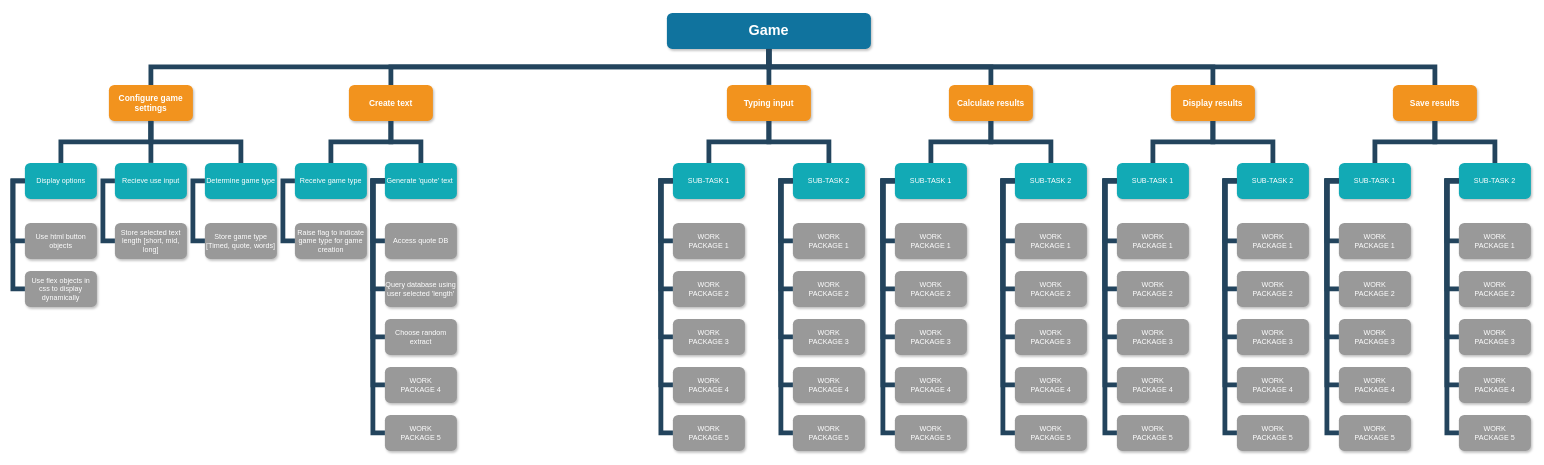
The draw.io diagram HierarchyChart.drawio in connorsdylan18/DrawioDiagrams, before the edit. Source tidied: cells renumbered, new cells numbered last; positions are measured from the earlier drawing's top-left corner, leaving out a move shared by most shapes. Both pictures are drawn from the tidied source at 60%, with x=0, y=0 at pixel (13, 13).
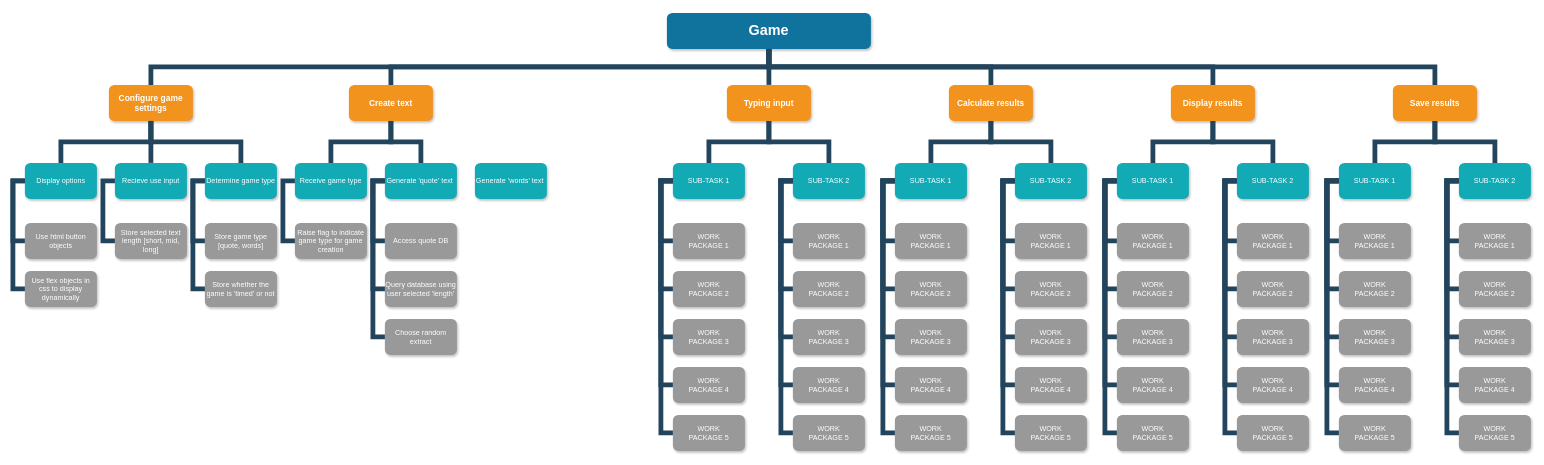
The same page after the edit.

Commit message:
Started create text module

Unchanged cells that the change refers to:
```xml
<mxCell id="14" value="Generate 'quote' text " style="whiteSpace=wrap;rounded=1;fillColor=#12AAB5;strokeColor=none;shadow=1;fontColor=#FFFFFF;" parent="1" vertex="1">
  <mxGeometry x="620" y="250" width="120" height="60" as="geometry" />
</mxCell>
<mxCell id="136" value="Determine game type" style="whiteSpace=wrap;rounded=1;fillColor=#12AAB5;strokeColor=none;shadow=1;fontColor=#FFFFFF;" parent="1" vertex="1">
  <mxGeometry x="320" y="250" width="120" height="60" as="geometry" />
</mxCell>
```

The edit, as a diff of the source:
```diff
@@
-    <mxCell id="12" value="Store game type [Timed, quote, words]" style="whiteSpace=wrap;rounded=1;fillColor=#999999;strokeColor=none;shadow=1;fontColor=#FFFFFF;fontStyle=0;" parent="1" vertex="1">
+    <mxCell id="12" value="Store game type [quote, words]" style="whiteSpace=wrap;rounded=1;fillColor=#999999;strokeColor=none;shadow=1;fontColor=#FFFFFF;fontStyle=0;" parent="1" vertex="1">
       <mxGeometry x="320" y="350" width="120" height="60" as="geometry" />
     </mxCell>
@@
-    <mxCell id="19" value="WORK&#10;PACKAGE 4" style="whiteSpace=wrap;rounded=1;fillColor=#999999;strokeColor=none;shadow=1;fontColor=#FFFFFF;fontStyle=0;" parent="1" vertex="1">
-      <mxGeometry x="620" y="590" width="120" height="60" as="geometry" />
-    </mxCell>
-    <mxCell id="20" value="WORK&#10;PACKAGE 5" style="whiteSpace=wrap;rounded=1;fillColor=#999999;strokeColor=none;shadow=1;fontColor=#FFFFFF;fontStyle=0;" parent="1" vertex="1">
-      <mxGeometry x="620" y="670" width="120" height="60" as="geometry" />
-    </mxCell>
@@
-    <mxCell id="30" style="edgeStyle=elbowEdgeStyle;elbow=horizontal;rounded=0;fontColor=#000000;endArrow=none;endFill=0;strokeWidth=8;strokeColor=#23445D;" parent="1" edge="1" source="14" target="20">
-      <mxGeometry relative="1" as="geometry">
-        <Array as="points">
-          <mxPoint x="600" y="490" />
-        </Array>
-      </mxGeometry>
-    </mxCell>
-    <mxCell id="31" style="edgeStyle=elbowEdgeStyle;elbow=horizontal;rounded=0;fontColor=#000000;endArrow=none;endFill=0;strokeWidth=8;strokeColor=#23445D;" parent="1" edge="1" source="14" target="19">
-      <mxGeometry relative="1" as="geometry">
-        <Array as="points">
-          <mxPoint x="600" y="450" />
-        </Array>
-      </mxGeometry>
-    </mxCell>
@@
+    <mxCell id="141" value="Generate 'words' text " style="whiteSpace=wrap;rounded=1;fillColor=#12AAB5;strokeColor=none;shadow=1;fontColor=#FFFFFF;" parent="1" vertex="1">
+      <mxGeometry x="770" y="250" width="120" height="60" as="geometry" />
+    </mxCell>
+    <mxCell id="142" value="Store whether the game is 'timed' or not" style="whiteSpace=wrap;rounded=1;fillColor=#999999;strokeColor=none;shadow=1;fontColor=#FFFFFF;fontStyle=0;" parent="1" vertex="1">
+      <mxGeometry x="320" y="430" width="120" height="60" as="geometry" />
+    </mxCell>
+    <mxCell id="143" style="edgeStyle=elbowEdgeStyle;elbow=vertical;rounded=0;fontColor=#000000;endArrow=none;endFill=0;strokeWidth=8;strokeColor=#23445D;entryX=0;entryY=0.5;entryDx=0;entryDy=0;exitX=0;exitY=0.5;exitDx=0;exitDy=0;" parent="1" edge="1" source="136" target="142">
+      <mxGeometry relative="1" as="geometry">
+        <Array as="points">
+          <mxPoint x="300" y="370" />
+        </Array>
+      </mxGeometry>
+    </mxCell>
```
